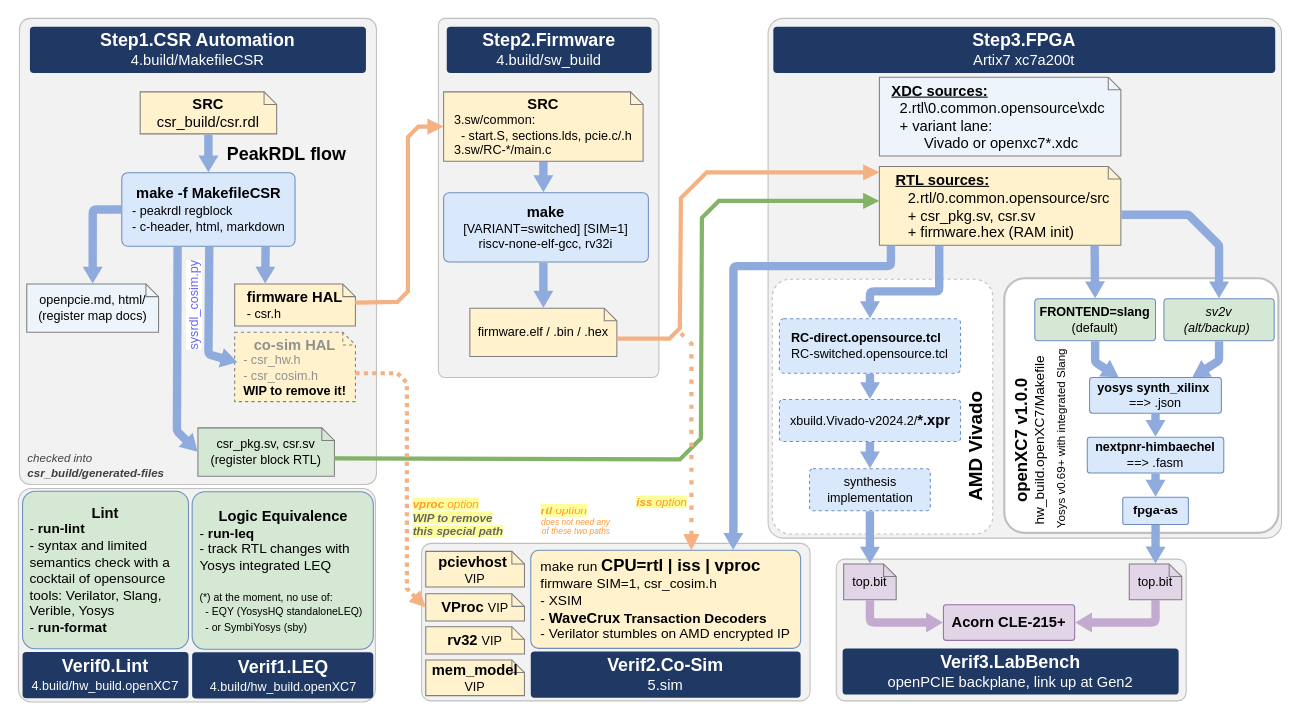
Earlier version of the draw.io diagram 0.doc/4.build/build-flow.drawio (chili-chips-ba/openPCIE). Source tidied: cells renumbered, new cells numbered last; positions are measured from the earlier drawing's top-left corner, leaving out a move shared by most shapes. Both pictures are drawn from the tidied source at 105%, with x=0, y=0 at pixel (18, 18).
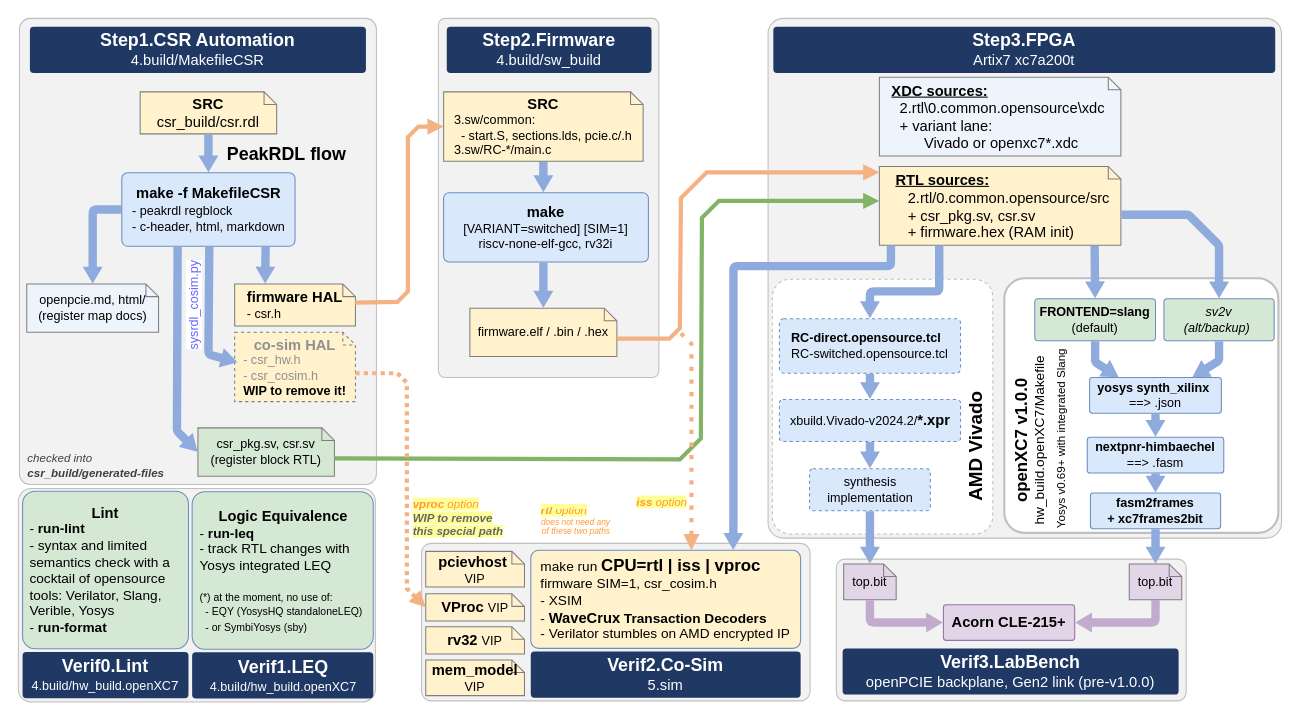
Above is the later version.

Diff of the diagram source:
```diff
@@
-    <mxCell id="38" value="&lt;b&gt;fpga-as&lt;/b&gt;" style="rounded=1;whiteSpace=wrap;html=1;arcSize=8;fillColor=#dae8fc;strokeColor=#6c8ebf;fontColor=#000000;fontSize=12;fontStyle=0;align=center;verticalAlign=middle;spacingLeft=6;spacingRight=6;" parent="1" vertex="1">
-      <mxGeometry x="1051.8" y="456" width="62.5" height="26" as="geometry" />
+    <mxCell id="38" value="&lt;b&gt;fasm2frames&lt;br&gt;+ xc7frames2bit&lt;/b&gt;" style="rounded=1;whiteSpace=wrap;html=1;arcSize=8;fillColor=#dae8fc;strokeColor=#6c8ebf;fontColor=#000000;fontSize=12;fontStyle=0;align=center;verticalAlign=middle;spacingLeft=6;spacingRight=6;" parent="1" vertex="1">
+      <mxGeometry x="1021" y="452" width="124" height="34" as="geometry" />
     </mxCell>
@@
-    <mxCell id="73" value="&lt;b style=&quot;font-size:17px&quot;&gt;Verif3.LabBench&lt;/b&gt;&lt;div&gt;&lt;span style=&quot;color: rgb(255, 255, 255);&quot;&gt;&lt;span style=&quot;font-size: 14px;&quot;&gt;openPCIE backplane,&amp;nbsp;&lt;/span&gt;&lt;font style=&quot;font-size: 14px;&quot;&gt;link up at Gen2&lt;/font&gt;&lt;/span&gt;&lt;/div&gt;" style="rounded=1;whiteSpace=wrap;html=1;arcSize=8;fillColor=#1f3864;strokeColor=none;fontColor=#ffffff;fontSize=13;fontStyle=0;align=center;verticalAlign=middle;spacingLeft=6;spacingRight=6;" parent="1" vertex="1">
+    <mxCell id="73" value="&lt;b style=&quot;font-size:17px&quot;&gt;Verif3.LabBench&lt;/b&gt;&lt;div&gt;&lt;span style=&quot;color: rgb(255, 255, 255);&quot;&gt;&lt;span style=&quot;font-size: 14px;&quot;&gt;openPCIE backplane,&amp;nbsp;&lt;/span&gt;&lt;font style=&quot;font-size: 14px;&quot;&gt;Gen2 link (pre-v1.0.0)&lt;/font&gt;&lt;/span&gt;&lt;/div&gt;" style="rounded=1;whiteSpace=wrap;html=1;arcSize=8;fillColor=#1f3864;strokeColor=none;fontColor=#ffffff;fontSize=13;fontStyle=0;align=center;verticalAlign=middle;spacingLeft=6;spacingRight=6;" parent="1" vertex="1">
       <mxGeometry x="785" y="600" width="320" height="44" as="geometry" />
     </mxCell>
```
